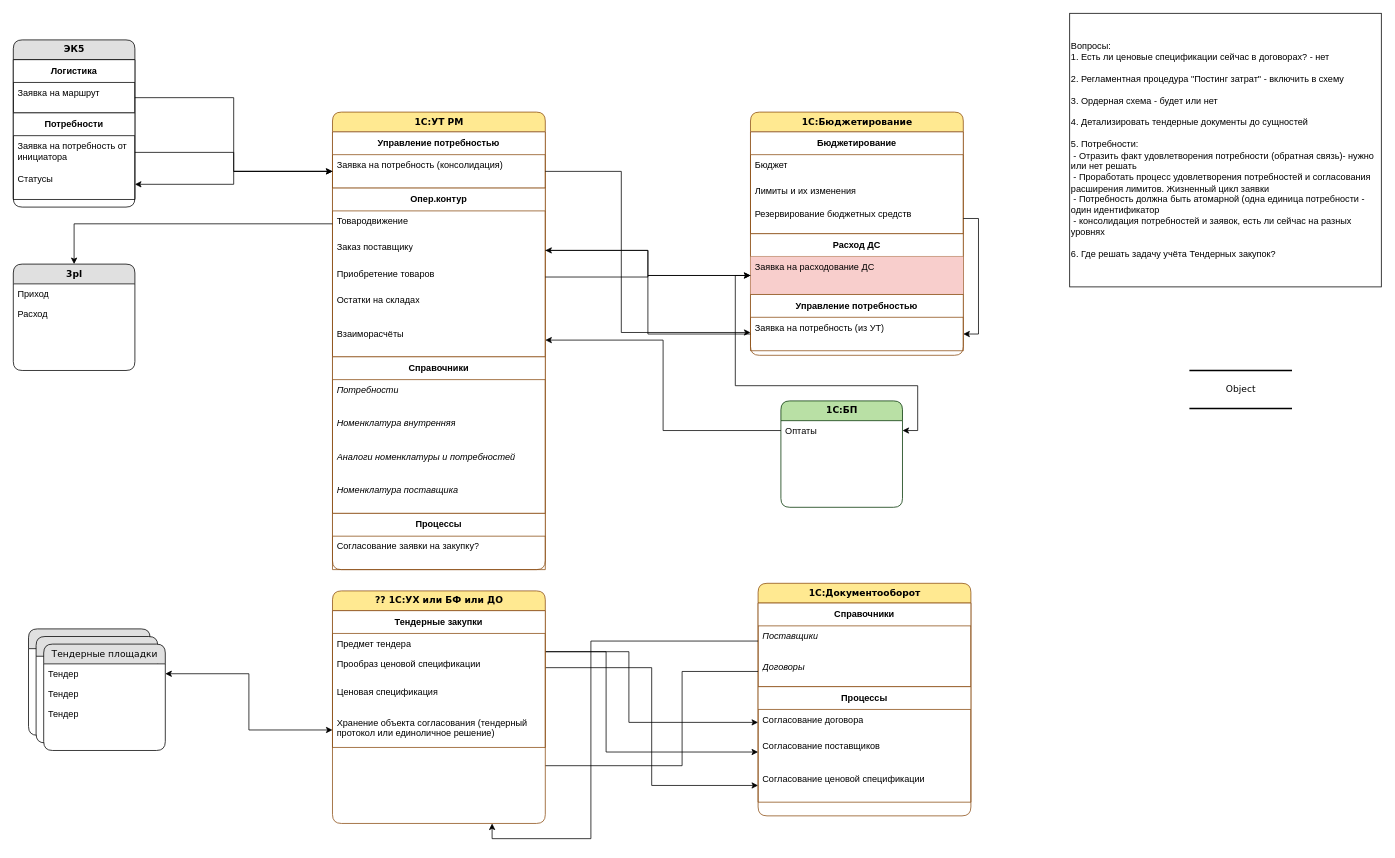
The draw.io diagram Диаграмма без названия.drawio in mih-ap/dwaw.io, before the edit. Source tidied: cells renumbered, new cells numbered last; positions are measured from the earlier drawing's top-left corner, leaving out a move shared by most shapes. Both pictures are drawn from the tidied source at 76%, with x=0, y=0 at pixel (13, 13).
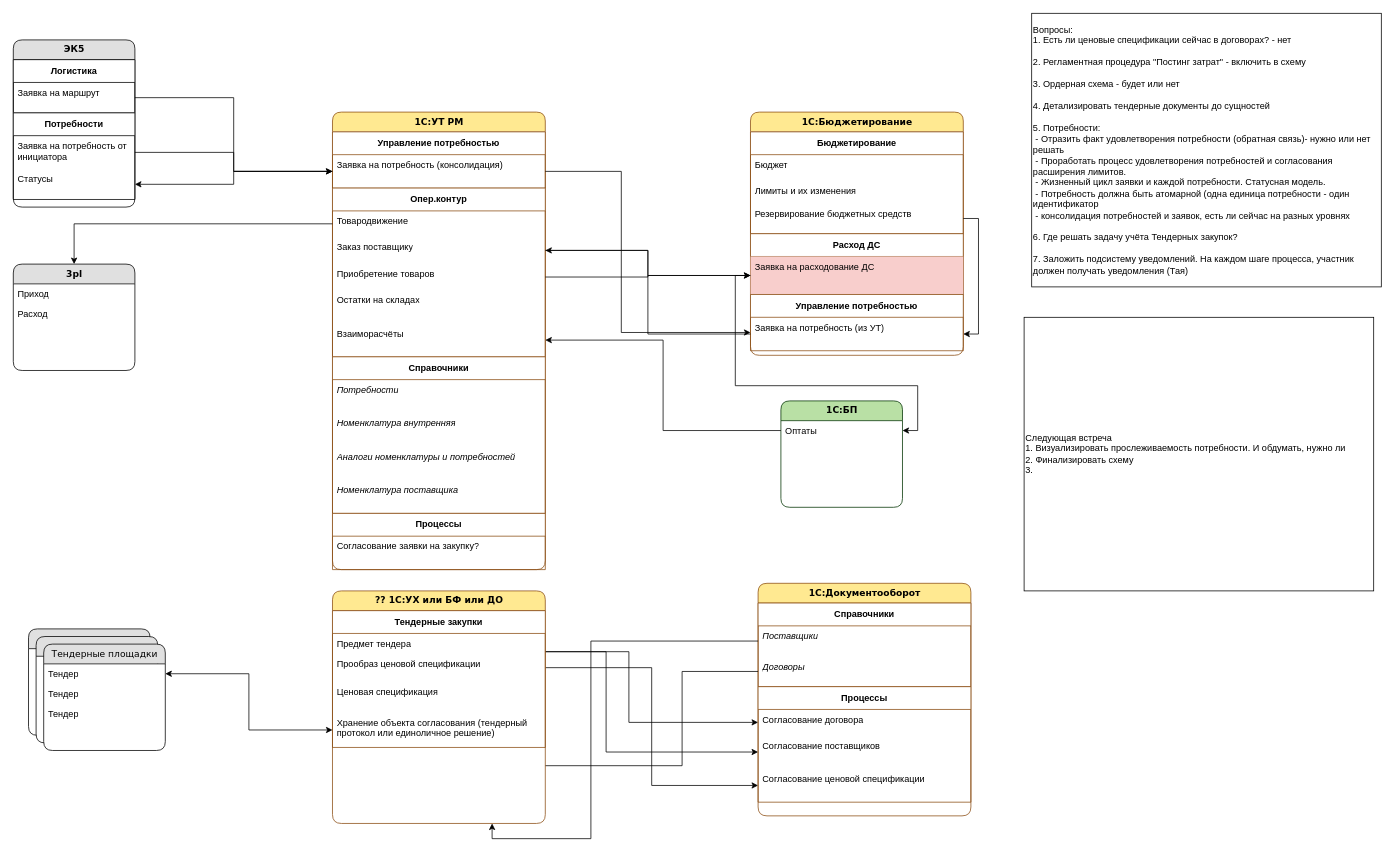
The same page after the edit.

The edit, as a diff of the source:
```diff
@@
-    <mxCell id="48" value="Вопросы:&lt;br&gt;1. Есть ли ценовые спецификации сейчас в договорах? - нет&lt;br&gt;&lt;br&gt;2. Регламентная процедура &quot;Постинг затрат&quot; - включить в схему&lt;br&gt;&lt;br&gt;3. Ордерная схема - будет или нет&lt;br&gt;&lt;br&gt;4. Детализировать тендерные документы до сущностей&lt;br&gt;&lt;br&gt;5. Потребности:&lt;br&gt;&amp;nbsp;- Отразить факт удовлетворения потребности (обратная связь)- нужно или нет решать&lt;br&gt;&amp;nbsp;- Проработать процесс удовлетворения потребностей и согласования расширения лимитов. Жизненный цикл заявки&lt;br&gt;&amp;nbsp;- Потребность должна быть атомарной (одна единица потребности - один идентификатор&lt;br&gt;&amp;nbsp;- консолидация потребностей и заявок, есть ли сейчас на разных уровнях&lt;br&gt;&lt;br&gt;6. Где решать задачу учёта Тендерных закупок?" style="rounded=0;whiteSpace=wrap;html=1;align=left;" parent="1" vertex="1">
-      <mxGeometry x="1390" width="410" height="360" as="geometry" />
+    <mxCell id="48" value="Вопросы:&lt;br&gt;1. Есть ли ценовые спецификации сейчас в договорах? - нет&lt;br&gt;&lt;br&gt;2. Регламентная процедура &quot;Постинг затрат&quot; - включить в схему&lt;br&gt;&lt;br&gt;3. Ордерная схема - будет или нет&lt;br&gt;&lt;br&gt;4. Детализировать тендерные документы до сущностей&lt;br&gt;&lt;br&gt;5. Потребности:&lt;br&gt;&amp;nbsp;- Отразить факт удовлетворения потребности (обратная связь)- нужно или нет решать&lt;br&gt;&amp;nbsp;- Проработать процесс удовлетворения потребностей и согласования расширения лимитов. &lt;br&gt;&amp;nbsp;- Жизненный цикл заявки и каждой потребности. Статусная модель.&amp;nbsp;&lt;br&gt;&amp;nbsp;- Потребность должна быть атомарной (одна единица потребности - один идентификатор&lt;br&gt;&amp;nbsp;- консолидация потребностей и заявок, есть ли сейчас на разных уровнях&lt;br&gt;&lt;br&gt;6. Где решать задачу учёта Тендерных закупок?&lt;br&gt;&lt;br&gt;7. Заложить подсистему уведомлений. На каждом шаге процесса, участник должен получать уведомления (Тая)" style="rounded=0;whiteSpace=wrap;html=1;align=left;" parent="1" vertex="1">
+      <mxGeometry x="1340" width="460" height="360" as="geometry" />
     </mxCell>
@@
+    <mxCell id="78" value="Следующая встреча&lt;br&gt;1. Визуализировать прослеживаемость потребности. И обдумать, нужно ли&lt;br&gt;2. Финализировать схему&lt;br&gt;3.&amp;nbsp;" style="rounded=0;whiteSpace=wrap;html=1;align=left;" parent="1" vertex="1">
+      <mxGeometry x="1330" y="400" width="460" height="360" as="geometry" />
+    </mxCell>
```
